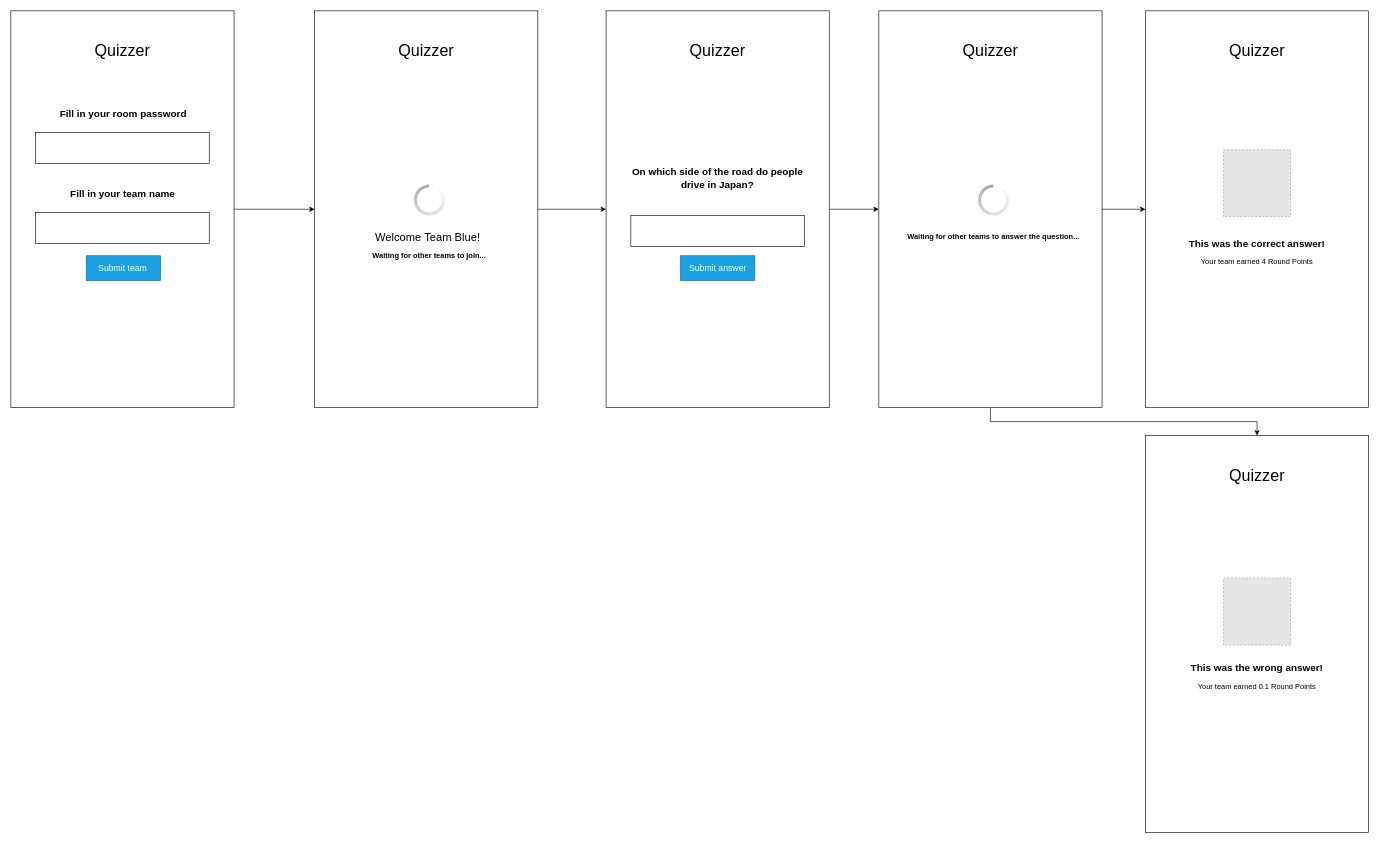
Above: page "Teams" (1 of 3) of Ontwerpen/wireframes/teams.drawio in Kafune/sep2020-quizzer-steven-kachung (draw.io), before the change. Source tidied: cells renumbered, new cells numbered last; positions are measured from the earlier drawing's top-left corner, leaving out a move shared by most shapes. Both pictures are drawn from the tidied source at 62%, with x=0, y=0 at pixel (11, 11). Pictures stored in the file or linked from it are replaced by grey dashed boxes.
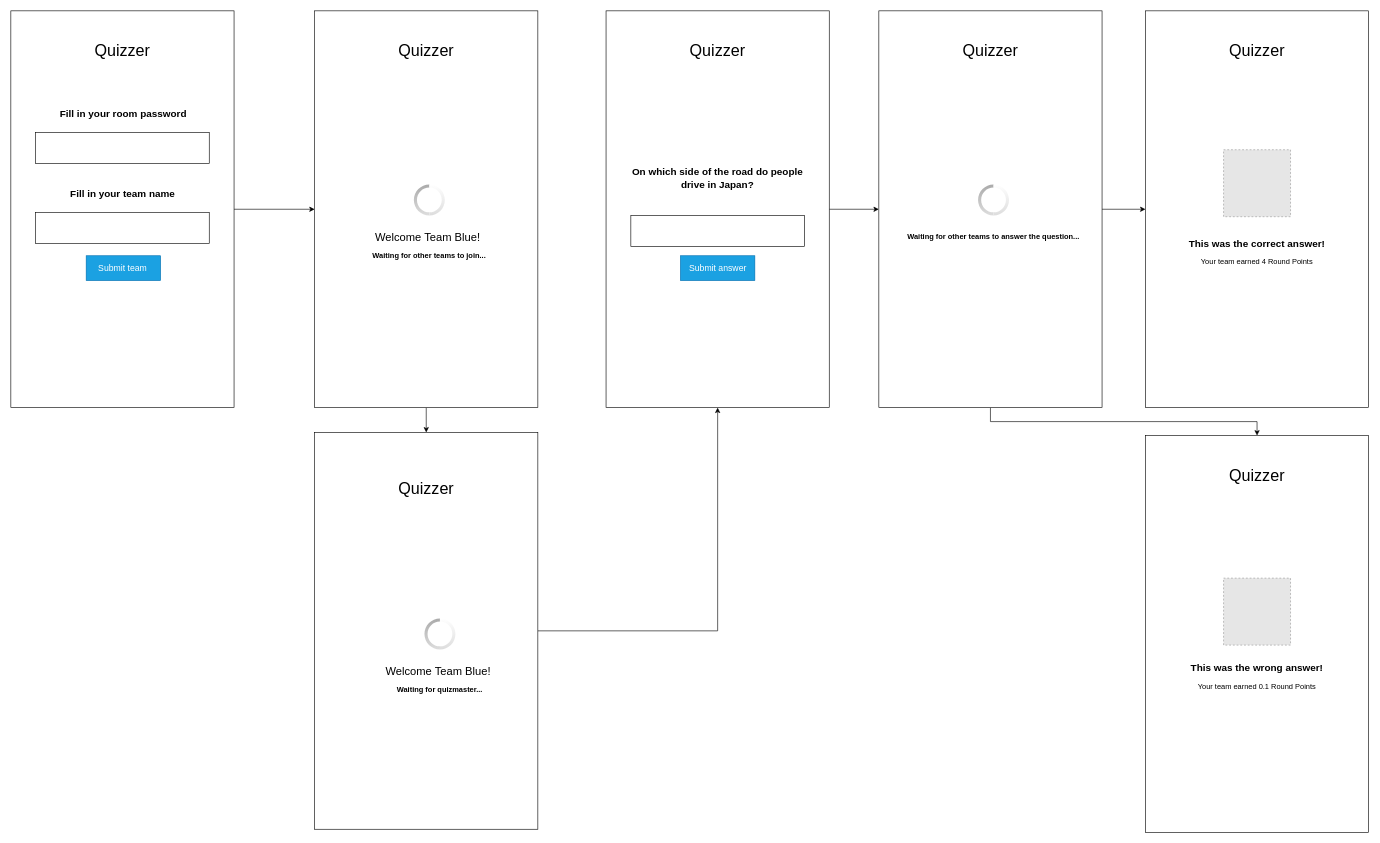
Above is the later version.

The change refers to these unchanged cells:
```xml
<mxCell id="10" style="rounded=0;whiteSpace=wrap;html=1;" parent="1" vertex="1">
  <mxGeometry x="490" width="360" height="640" as="geometry" />
</mxCell>
<mxCell id="16" style="rounded=0;whiteSpace=wrap;html=1;" parent="1" vertex="1">
  <mxGeometry x="960" width="360" height="640" as="geometry" />
</mxCell>
```

Change to the diagram source:
```diff
@@
-    <mxCell id="9" style="edgeStyle=orthogonalEdgeStyle;rounded=0;jettySize=auto;html=1;exitX=1;exitY=0.5;exitDx=0;exitDy=0;fontColor=#009900;" parent="1" edge="1" source="10" target="16">
-      <mxGeometry relative="1" as="geometry" />
-    </mxCell>
+    <mxCell id="40" style="edgeStyle=orthogonalEdgeStyle;rounded=0;jettySize=auto;html=1;exitX=0.5;exitY=1;exitDx=0;exitDy=0;" parent="1" edge="1" source="10" target="42">
+      <mxGeometry relative="1" as="geometry" />
+    </mxCell>
@@
+    <mxCell id="41" style="edgeStyle=orthogonalEdgeStyle;rounded=0;jettySize=auto;html=1;" parent="1" edge="1" source="42" target="16">
+      <mxGeometry relative="1" as="geometry" />
+    </mxCell>
+    <mxCell id="42" style="rounded=0;whiteSpace=wrap;html=1;" parent="1" vertex="1">
+      <mxGeometry x="490" y="680" width="360" height="640" as="geometry" />
+    </mxCell>
+    <mxCell id="43" value="&lt;font style=&quot;font-size: 26px&quot;&gt;Quizzer&lt;/font&gt;" style="text;html=1;strokeColor=none;fillColor=none;align=center;verticalAlign=middle;whiteSpace=wrap;rounded=0;" parent="1" vertex="1">
+      <mxGeometry x="650" y="760" width="40" height="20" as="geometry" />
+    </mxCell>
+    <mxCell id="44" style="verticalLabelPosition=bottom;verticalAlign=top;html=1;shadow=0;dashed=0;strokeWidth=1;shape=mxgraph.android.indeterminateSpinner;fontColor=#000000;" parent="1" vertex="1">
+      <mxGeometry x="667.1" y="980" width="50" height="50" as="geometry" />
+    </mxCell>
+    <mxCell id="45" value="&lt;b&gt;Waiting for quizmaster...&lt;/b&gt;" style="text;html=1;strokeColor=none;fillColor=none;align=center;verticalAlign=middle;whiteSpace=wrap;rounded=0;fontColor=#000000;" parent="1" vertex="1">
+      <mxGeometry x="597.1" y="1085" width="190" height="20" as="geometry" />
+    </mxCell>
+    <mxCell id="46" value="&lt;font style=&quot;font-size: 18px&quot;&gt;Welcome Team Blue!&lt;/font&gt;" style="text;html=1;strokeColor=none;fillColor=none;align=center;verticalAlign=middle;whiteSpace=wrap;rounded=0;fontColor=#000000;" parent="1" vertex="1">
+      <mxGeometry x="602.1" y="1055" width="175" height="20" as="geometry" />
+    </mxCell>
```
